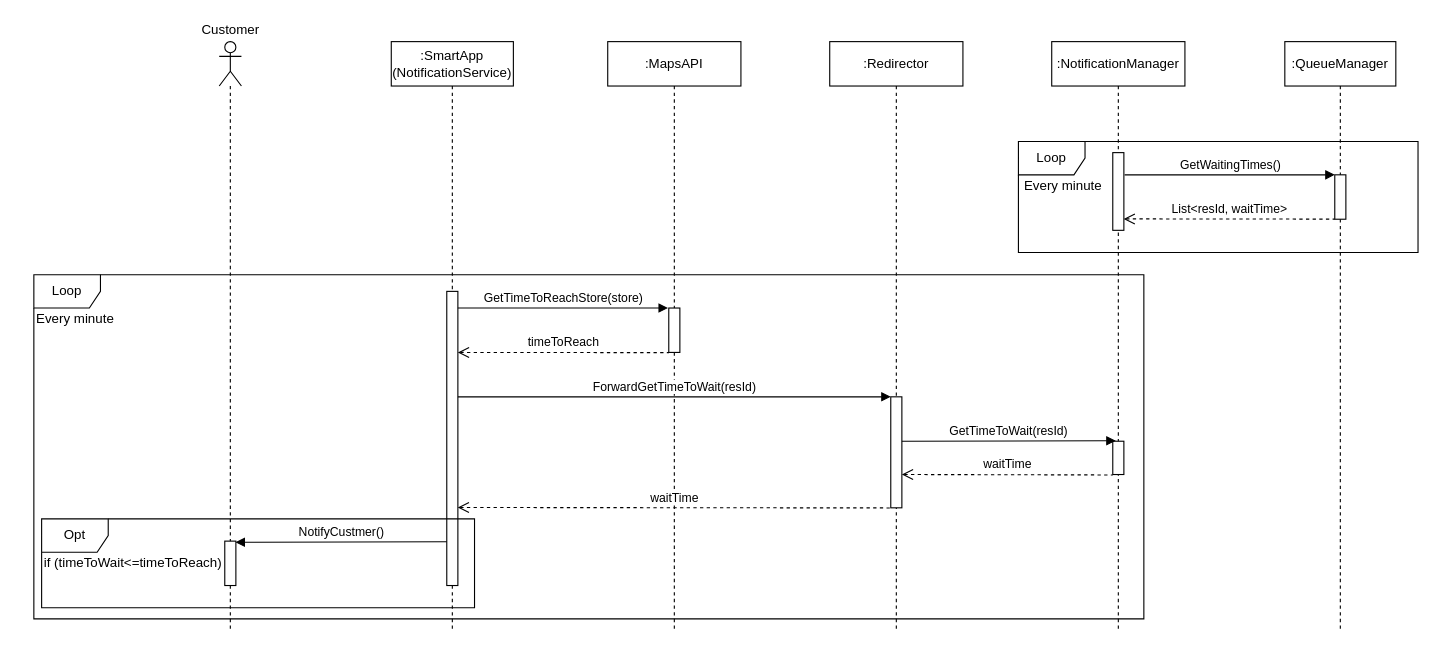
Earlier version of the draw.io diagram DD/Images/RuntimeViewNotification.drawio (StefanoAzzone/AbelliAzzone). Source tidied: cells renumbered, new cells numbered last; positions are measured from the earlier drawing's top-left corner, leaving out a move shared by most shapes. Both pictures are drawn from the tidied source at 111%, with x=0, y=0 at pixel (30, 19).
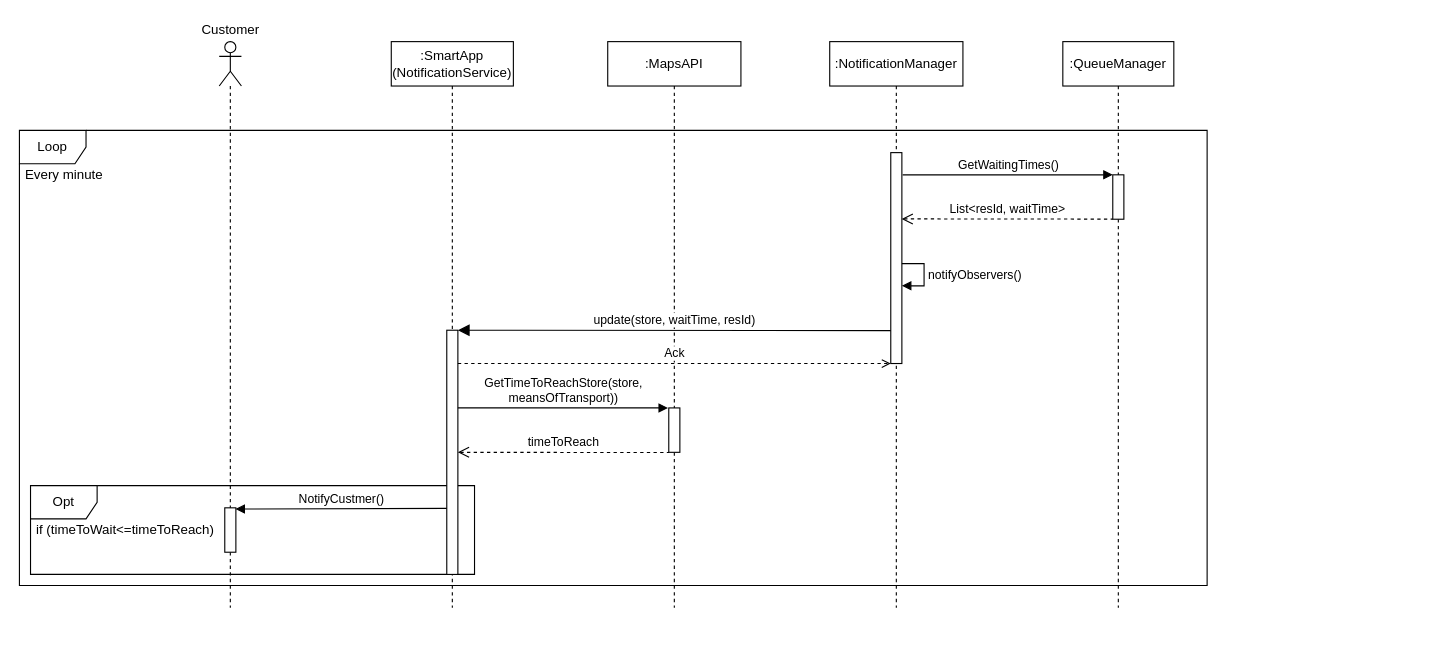
The same page after the edit.

The edit, as a diff of the source:
```diff
@@
-    <mxCell id="2" value="Loop" style="shape=umlFrame;whiteSpace=wrap;html=1;" parent="1" vertex="1">
-      <mxGeometry x="3" y="230" width="1000" height="310" as="geometry" />
-    </mxCell>
+    <mxCell id="22" value="Opt" style="shape=umlFrame;whiteSpace=wrap;html=1;" parent="1" vertex="1">
+      <mxGeometry y="420" width="400" height="80" as="geometry" />
+    </mxCell>
+    <mxCell id="8" value="Loop" style="shape=umlFrame;whiteSpace=wrap;html=1;" parent="1" vertex="1">
+      <mxGeometry x="-10" y="100" width="1070" height="410" as="geometry" />
+    </mxCell>
     <mxCell id="3" value="&lt;div&gt;:SmartApp&lt;/div&gt;(NotificationService)" style="shape=umlLifeline;perimeter=lifelinePerimeter;whiteSpace=wrap;html=1;" parent="1" vertex="1">
-      <mxGeometry x="325" y="20" width="110" height="530" as="geometry" />
+      <mxGeometry x="325" y="20" width="110" height="510" as="geometry" />
     </mxCell>
     <mxCell id="4" value=":NotificationManager" style="shape=umlLifeline;perimeter=lifelinePerimeter;whiteSpace=wrap;html=1;" parent="1" vertex="1">
-      <mxGeometry x="920" y="20" width="120" height="530" as="geometry" />
+      <mxGeometry x="720" y="20" width="120" height="510" as="geometry" />
     </mxCell>
-    <mxCell id="5" style="html=1;perimeter=orthogonalPerimeter;" parent="4" vertex="1">
-      <mxGeometry x="55" y="360" width="10" height="30" as="geometry" />
-    </mxCell>
     <mxCell id="6" value=":QueueManager" style="shape=umlLifeline;perimeter=lifelinePerimeter;whiteSpace=wrap;html=1;" parent="1" vertex="1">
-      <mxGeometry x="1130" y="20" width="100" height="530" as="geometry" />
+      <mxGeometry x="930" y="20" width="100" height="510" as="geometry" />
     </mxCell>
     <mxCell id="7" style="shape=umlLifeline;participant=umlActor;perimeter=lifelinePerimeter;whiteSpace=wrap;html=1;verticalAlign=top;spacingTop=36;" parent="1" vertex="1">
-      <mxGeometry x="170" y="20" width="20" height="530" as="geometry" />
+      <mxGeometry x="170" y="20" width="20" height="510" as="geometry" />
     </mxCell>
-    <mxCell id="8" value="Loop" style="shape=umlFrame;whiteSpace=wrap;html=1;" parent="1" vertex="1">
-      <mxGeometry x="890" y="110" width="360" height="100" as="geometry" />
-    </mxCell>
-    <mxCell id="9" value="Every minute" style="text;html=1;align=center;verticalAlign=middle;" parent="1" vertex="1">
-      <mxGeometry x="890" y="140" width="80" height="20" as="geometry" />
-    </mxCell>
     <mxCell id="10" style="html=1;points=[];perimeter=orthogonalPerimeter;" parent="1" vertex="1">
-      <mxGeometry x="975" y="120" width="10" height="70" as="geometry" />
+      <mxGeometry x="775" y="120" width="10" height="190" as="geometry" />
     </mxCell>
     <mxCell id="11" style="html=1;points=[];perimeter=orthogonalPerimeter;" parent="1" vertex="1">
-      <mxGeometry x="1175" y="140" width="10" height="40" as="geometry" />
+      <mxGeometry x="975" y="140" width="10" height="40" as="geometry" />
     </mxCell>
-    <mxCell id="12" value="GetWaitingTimes()" style="html=1;verticalAlign=bottom;startArrow=none;startFill=0;endArrow=block;startSize=8;exitX=1.067;exitY=0.286;exitDx=0;exitDy=0;exitPerimeter=0;" parent="1" edge="1" source="10" target="11">
-      <mxGeometry relative="1" as="geometry" />
+    <mxCell id="12" value="GetWaitingTimes()" style="html=1;verticalAlign=bottom;startArrow=none;startFill=0;endArrow=block;startSize=8;exitX=1.067;exitY=0.286;exitDx=0;exitDy=0;exitPerimeter=0;" parent="1" edge="1">
+      <mxGeometry relative="1" as="geometry">
+        <mxPoint x="785.7" y="140" as="sourcePoint" />
+        <mxPoint x="975" y="140" as="targetPoint" />
+      </mxGeometry>
     </mxCell>
     <mxCell id="13" value="List&amp;lt;resId, waitTime&amp;gt;" style="html=1;verticalAlign=bottom;startArrow=open;startFill=0;endArrow=none;startSize=8;exitX=0.977;exitY=0.247;exitDx=0;exitDy=0;exitPerimeter=0;dashed=1;endFill=0;" parent="1" edge="1">
       <mxGeometry relative="1" as="geometry">
-        <mxPoint x="984.8" y="179.7" as="sourcePoint" />
-        <mxPoint x="1175" y="179.9" as="targetPoint" />
+        <mxPoint x="784.8" y="179.7" as="sourcePoint" />
+        <mxPoint x="975" y="179.9" as="targetPoint" />
       </mxGeometry>
     </mxCell>
     <mxCell id="14" value="Every minute" style="text;html=1;align=center;verticalAlign=middle;" parent="1" vertex="1">
-      <mxGeometry y="260" width="80" height="20" as="geometry" />
+      <mxGeometry x="-10" y="130" width="80" height="20" as="geometry" />
     </mxCell>
     <mxCell id="15" value=":MapsAPI" style="shape=umlLifeline;perimeter=lifelinePerimeter;whiteSpace=wrap;html=1;" parent="1" vertex="1">
-      <mxGeometry x="520" y="20" width="120" height="530" as="geometry" />
+      <mxGeometry x="520" y="20" width="120" height="510" as="geometry" />
     </mxCell>
     <mxCell id="16" style="html=1;perimeter=orthogonalPerimeter;" parent="15" vertex="1">
-      <mxGeometry x="55" y="240" width="10" height="40" as="geometry" />
+      <mxGeometry x="55" y="330" width="10" height="40" as="geometry" />
     </mxCell>
     <mxCell id="17" style="html=1;perimeter=orthogonalPerimeter;" parent="1" vertex="1">
-      <mxGeometry x="375" y="245" width="10" height="265" as="geometry" />
+      <mxGeometry x="375" y="280" width="10" height="220" as="geometry" />
     </mxCell>
-    <mxCell id="18" value="GetTimeToReachStore(store)" style="html=1;verticalAlign=bottom;startArrow=none;startFill=0;endArrow=block;startSize=8;exitX=1.067;exitY=0.286;exitDx=0;exitDy=0;exitPerimeter=0;" parent="1" edge="1">
+    <mxCell id="18" value="GetTimeToReachStore(store,&lt;br&gt;meansOfTransport))" style="html=1;verticalAlign=bottom;startArrow=none;startFill=0;endArrow=block;startSize=8;exitX=1.067;exitY=0.286;exitDx=0;exitDy=0;exitPerimeter=0;" parent="1" edge="1">
       <mxGeometry relative="1" as="geometry">
-        <mxPoint x="385" y="260" as="sourcePoint" />
-        <mxPoint x="574.3" y="260" as="targetPoint" />
+        <mxPoint x="385" y="350" as="sourcePoint" />
+        <mxPoint x="574.3" y="350" as="targetPoint" />
       </mxGeometry>
     </mxCell>
     <mxCell id="19" value="timeToReach" style="html=1;verticalAlign=bottom;startArrow=open;startFill=0;endArrow=none;startSize=8;exitX=0.977;exitY=0.247;exitDx=0;exitDy=0;exitPerimeter=0;dashed=1;endFill=0;" parent="1" edge="1">
       <mxGeometry relative="1" as="geometry">
-        <mxPoint x="385" y="300" as="sourcePoint" />
-        <mxPoint x="575.2" y="300.2" as="targetPoint" />
+        <mxPoint x="385" y="390" as="sourcePoint" />
+        <mxPoint x="575.2" y="390.2" as="targetPoint" />
       </mxGeometry>
     </mxCell>
-    <mxCell id="20" value="ForwardGetTimeToWait(resId)" style="html=1;verticalAlign=bottom;startArrow=none;startFill=0;endArrow=block;startSize=8;exitX=1.067;exitY=0.286;exitDx=0;exitDy=0;exitPerimeter=0;entryX=0;entryY=0;entryDx=0;entryDy=0;entryPerimeter=0;" parent="1" edge="1" target="27">
-      <mxGeometry relative="1" as="geometry">
-        <mxPoint x="385" y="340" as="sourcePoint" />
-      </mxGeometry>
-    </mxCell>
-    <mxCell id="21" value="waitTime" style="html=1;verticalAlign=bottom;startArrow=open;startFill=0;endArrow=none;startSize=8;dashed=1;endFill=0;exitX=0.976;exitY=0.93;exitDx=0;exitDy=0;exitPerimeter=0;" parent="1" edge="1">
-      <mxGeometry relative="1" as="geometry">
-        <mxPoint x="384.9" y="439.7" as="sourcePoint" />
-        <mxPoint x="775.1" y="440.1" as="targetPoint" />
-      </mxGeometry>
-    </mxCell>
-    <mxCell id="22" value="Opt" style="shape=umlFrame;whiteSpace=wrap;html=1;" parent="1" vertex="1">
-      <mxGeometry x="10" y="450" width="390" height="80" as="geometry" />
-    </mxCell>
     <mxCell id="23" value="&lt;div&gt;if (timeToWait&amp;lt;=timeToReach)&lt;/div&gt;" style="text;html=1;align=center;verticalAlign=middle;" parent="1" vertex="1">
-      <mxGeometry x="7" y="480" width="170" height="20" as="geometry" />
+      <mxGeometry y="450" width="170" height="20" as="geometry" />
     </mxCell>
     <mxCell id="24" value="NotifyCustmer()" style="html=1;verticalAlign=bottom;startArrow=none;startFill=0;endArrow=block;startSize=8;entryX=0.959;entryY=0.025;entryDx=0;entryDy=0;entryPerimeter=0;" parent="1" edge="1">
       <mxGeometry relative="1" as="geometry">
-        <mxPoint x="375" y="470.5" as="sourcePoint" />
-        <mxPoint x="184.6" y="471.1" as="targetPoint" />
+        <mxPoint x="375" y="440.5" as="sourcePoint" />
+        <mxPoint x="184.6" y="441.1" as="targetPoint" />
       </mxGeometry>
     </mxCell>
     <mxCell id="25" style="html=1;perimeter=orthogonalPerimeter;" parent="1" vertex="1">
-      <mxGeometry x="175" y="470" width="10" height="40" as="geometry" />
+      <mxGeometry x="175" y="440" width="10" height="40" as="geometry" />
     </mxCell>
-    <mxCell id="26" value=":Redirector" style="shape=umlLifeline;perimeter=lifelinePerimeter;whiteSpace=wrap;html=1;" parent="1" vertex="1">
-      <mxGeometry x="720" y="20" width="120" height="530" as="geometry" />
-    </mxCell>
-    <mxCell id="27" style="html=1;points=[];perimeter=orthogonalPerimeter;" parent="26" vertex="1">
-      <mxGeometry x="55" y="320" width="10" height="100" as="geometry" />
-    </mxCell>
-    <mxCell id="28" value="GetTimeToWait(resId)" style="html=1;verticalAlign=bottom;startArrow=none;startFill=0;endArrow=block;startSize=8;exitX=1.067;exitY=0.286;exitDx=0;exitDy=0;exitPerimeter=0;entryX=0.271;entryY=0.989;entryDx=0;entryDy=0;entryPerimeter=0;" parent="1" edge="1">
-      <mxGeometry relative="1" as="geometry">
-        <mxPoint x="785" y="380" as="sourcePoint" />
-        <mxPoint x="977.7" y="379.6" as="targetPoint" />
-      </mxGeometry>
-    </mxCell>
-    <mxCell id="29" value="waitTime" style="html=1;verticalAlign=bottom;startArrow=open;startFill=0;endArrow=none;startSize=8;dashed=1;endFill=0;exitX=1;exitY=0.533;exitDx=0;exitDy=0;exitPerimeter=0;" parent="1" edge="1">
-      <mxGeometry relative="1" as="geometry">
-        <mxPoint x="785" y="410" as="sourcePoint" />
-        <mxPoint x="975" y="410.4" as="targetPoint" />
-      </mxGeometry>
-    </mxCell>
@@
+    <mxCell id="31" value="update(store, waitTime, resId)" style="html=1;verticalAlign=bottom;startArrow=block;startFill=1;endArrow=none;startSize=8;exitX=1.067;exitY=0.286;exitDx=0;exitDy=0;exitPerimeter=0;endFill=0;entryX=0;entryY=0.753;entryDx=0;entryDy=0;entryPerimeter=0;" parent="1" edge="1">
+      <mxGeometry relative="1" as="geometry">
+        <mxPoint x="385" y="280" as="sourcePoint" />
+        <mxPoint x="775" y="280.4" as="targetPoint" />
+      </mxGeometry>
+    </mxCell>
+    <mxCell id="32" value="Ack" style="html=1;verticalAlign=bottom;startArrow=none;startFill=0;endArrow=open;startSize=8;exitX=1.067;exitY=0.286;exitDx=0;exitDy=0;exitPerimeter=0;endFill=0;dashed=1;entryX=0;entryY=1;entryDx=0;entryDy=0;entryPerimeter=0;" parent="1" edge="1">
+      <mxGeometry relative="1" as="geometry">
+        <mxPoint x="385" y="310" as="sourcePoint" />
+        <mxPoint x="775" y="310" as="targetPoint" />
+      </mxGeometry>
+    </mxCell>
+    <mxCell id="33" value="notifyObservers()" style="edgeStyle=orthogonalEdgeStyle;html=1;align=left;spacingLeft=2;endArrow=block;rounded=0;entryX=1;entryY=0;" parent="1" edge="1">
+      <mxGeometry relative="1" as="geometry">
+        <mxPoint x="785" y="220" as="sourcePoint" />
+        <mxPoint x="785" y="240" as="targetPoint" />
+        <Array as="points">
+          <mxPoint x="805" y="220" />
+        </Array>
+      </mxGeometry>
+    </mxCell>
```
